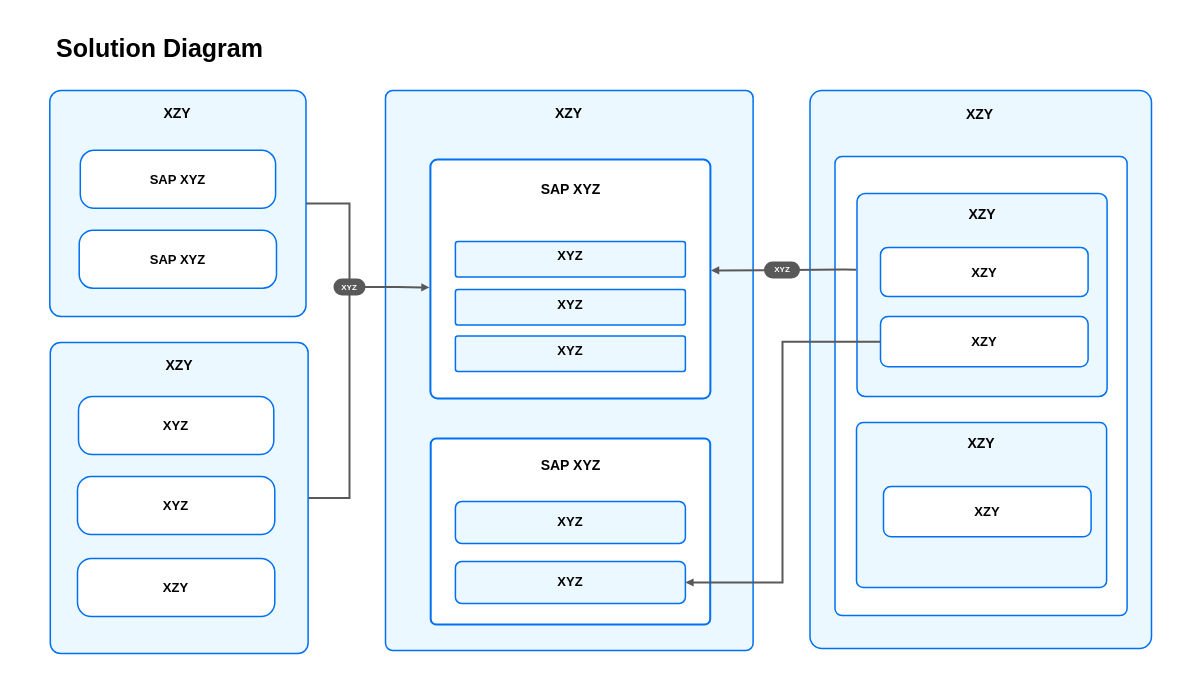
Earlier version of the draw.io diagram docs/ref-arch/RA0000/drawio/demo.drawio (SAP/architecture-center). Source tidied: cells renumbered, new cells numbered last; positions are measured from the earlier drawing's top-left corner, leaving out a move shared by most shapes. Both pictures are drawn from the tidied source at 100%, with x=0, y=0 at pixel (20, 17).
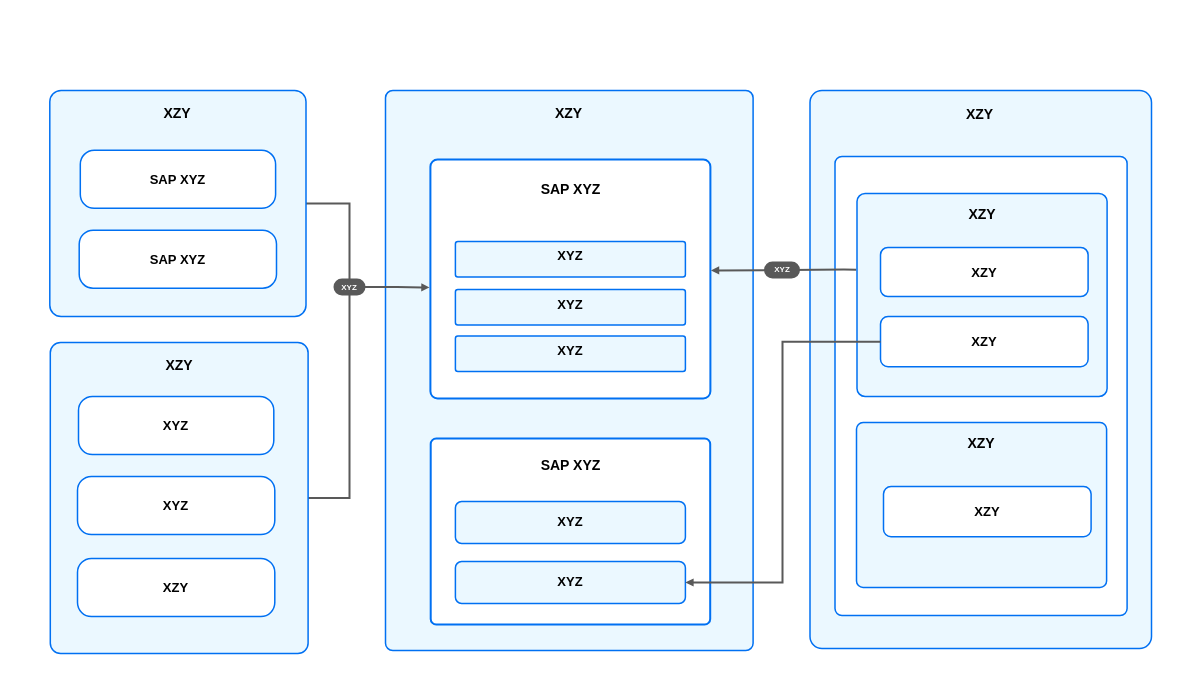
The same page after the edit.

Change to the diagram source:
```diff
@@
-    <mxCell id="2" style="rounded=0;whiteSpace=wrap;html=1;strokeColor=none;" parent="1" vertex="1">
-      <mxGeometry width="1163" height="665" as="geometry" />
-    </mxCell>
-    <mxCell id="3" value="&lt;p style=&quot;margin: 0px; font-variant-numeric: normal; font-variant-east-asian: normal; font-variant-alternates: normal; font-kerning: auto; font-optical-sizing: auto; font-feature-settings: normal; font-variation-settings: normal; font-variant-position: normal; font-stretch: normal; line-height: normal; font-size: 25px;&quot; class=&quot;p1&quot;&gt;&lt;font style=&quot;font-size: 25px;&quot;&gt;Solution Diagram&lt;/font&gt;&lt;/p&gt;" style="text;whiteSpace=wrap;html=1;fontFamily=Helvetica;fontSize=25;fontStyle=1;verticalAlign=middle;fontColor=default;align=left;" parent="1" vertex="1">
-      <mxGeometry x="34" y="24" width="613" height="14.5" as="geometry" />
-    </mxCell>
```
